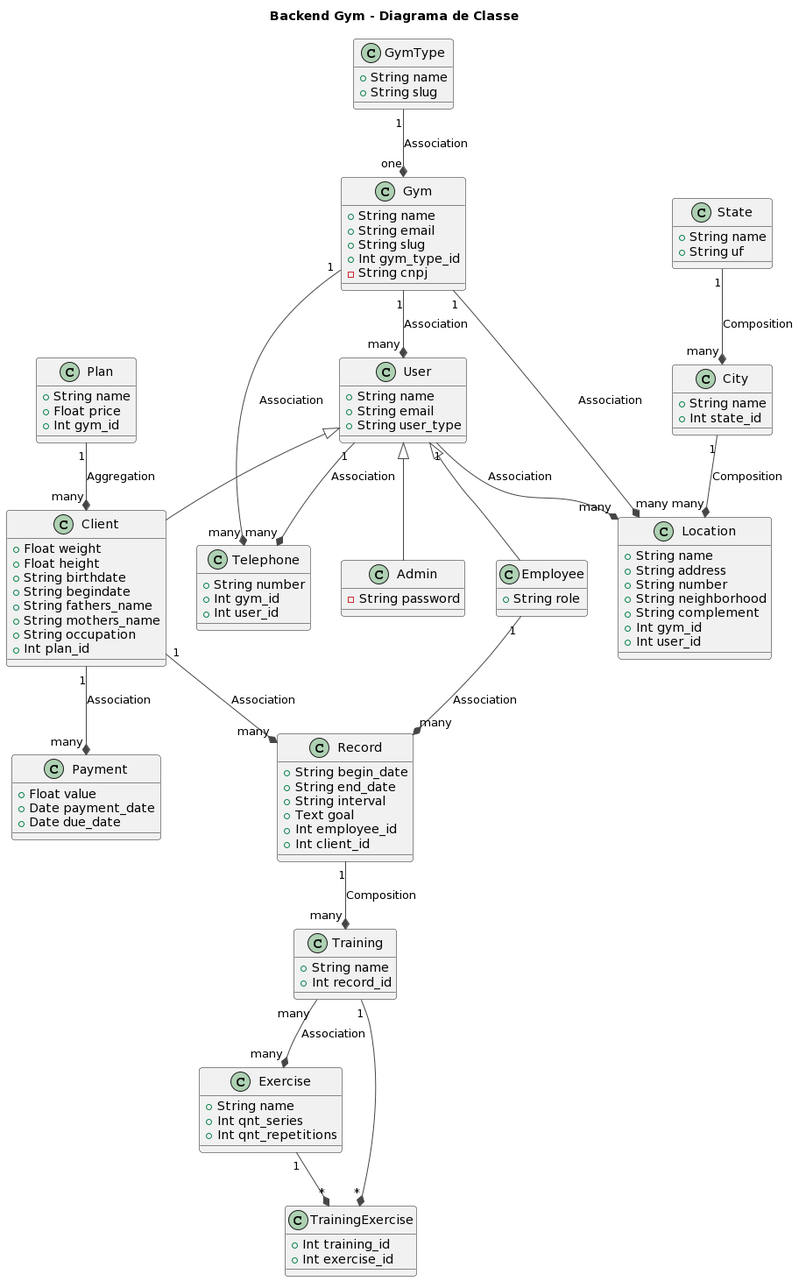
Luiz-Bernardes/backend-gym keeps this PlantUML diagram as docs/class_diagram.png. Above is the earlier version.
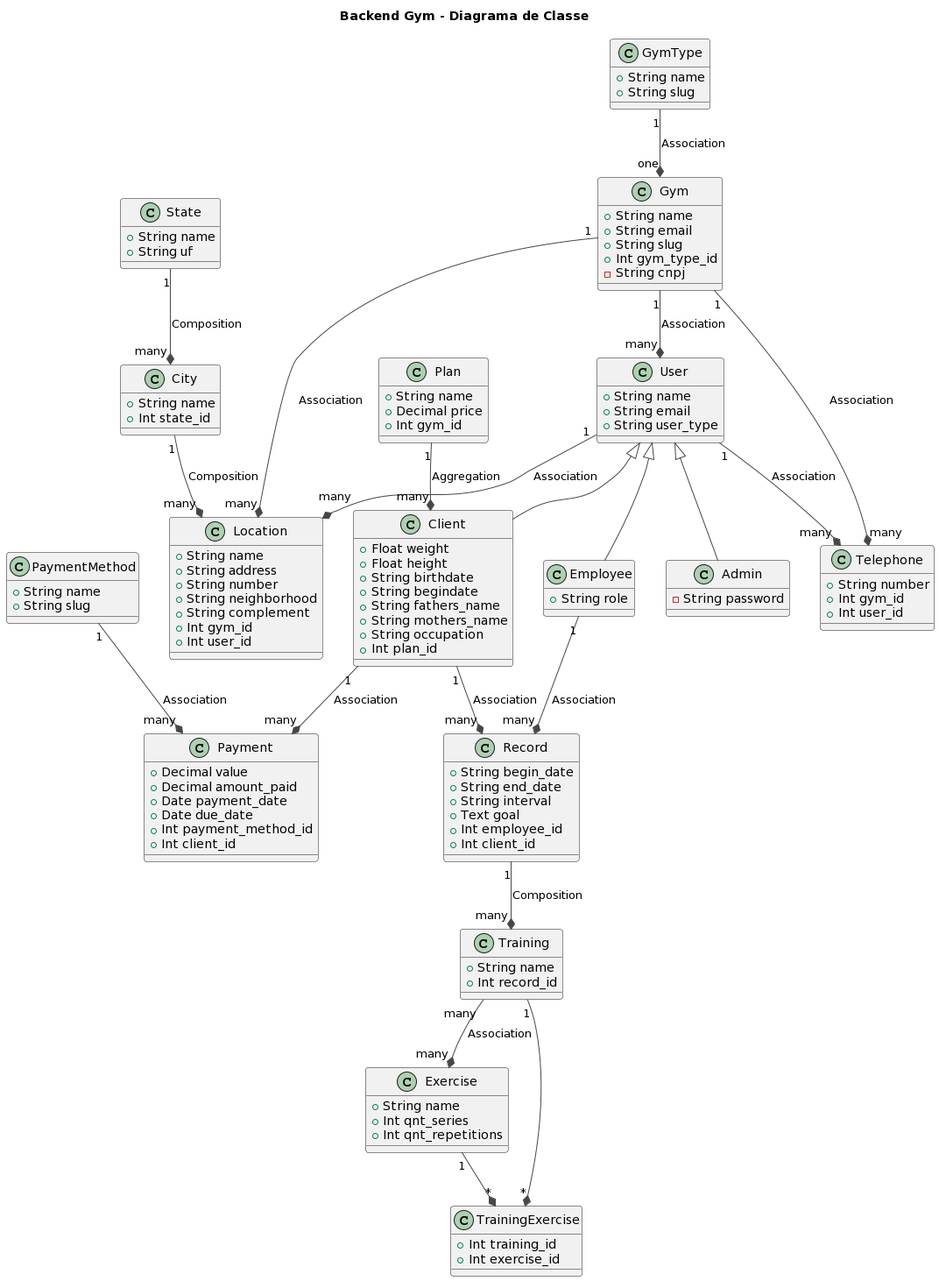
Above is the later version.

Diff of the diagram source:
```diff
@@ -71,14 +71,22 @@
 
 class Plan {
   +String name
-  +Float price
+  +Decimal price
   +Int gym_id
 }
 
 class Payment {
-  +Float value
+  +Decimal value
+  +Decimal amount_paid
   +Date payment_date
   +Date due_date
+  +Int payment_method_id
+  +Int client_id
+}
+
+class PaymentMethod {
+  +String name
+  +String slug
 }
 
 class Record {
@@ -118,6 +126,7 @@
 Client "many" *-up- "1" Plan: Aggregation
 Payment "many" *-up- "1" Client: Association
 Record "many" *-up- "1" Client: Association
+Payment "many" *-up- "1" PaymentMethod: Association
 Record "many" *-up- "1" Employee: Association
 Training "many" *-up- "1" Record: Composition
 Exercise "many" *-up- "many" Training: Association
```
